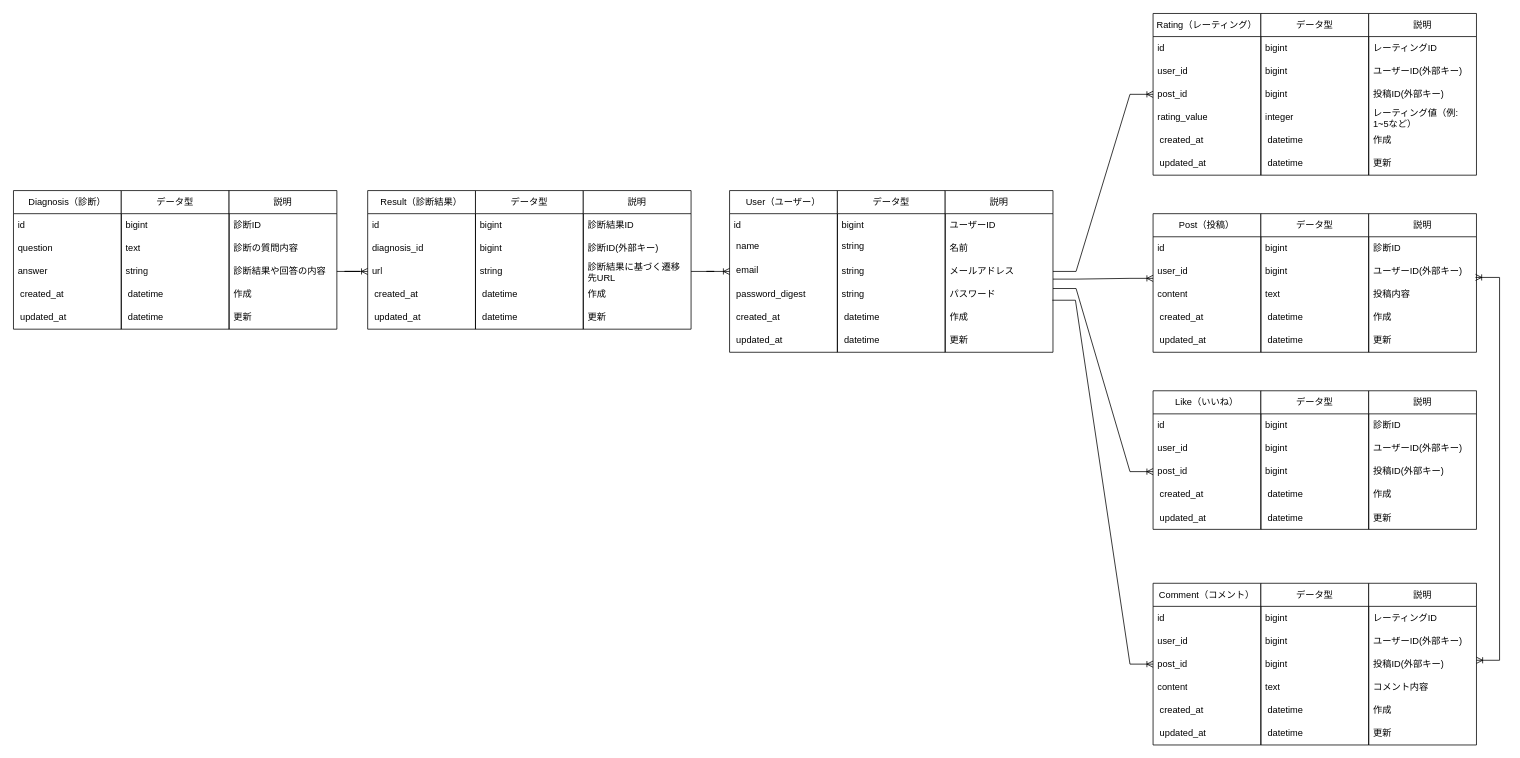
Earlier version of the draw.io diagram 名称未設定ファイル.drawio (Itok1000/master). Source tidied: cells renumbered, new cells numbered last; positions are measured from the earlier drawing's top-left corner, leaving out a move shared by most shapes. Both pictures are drawn from the tidied source at 77%, with x=0, y=0 at pixel (13, 13).
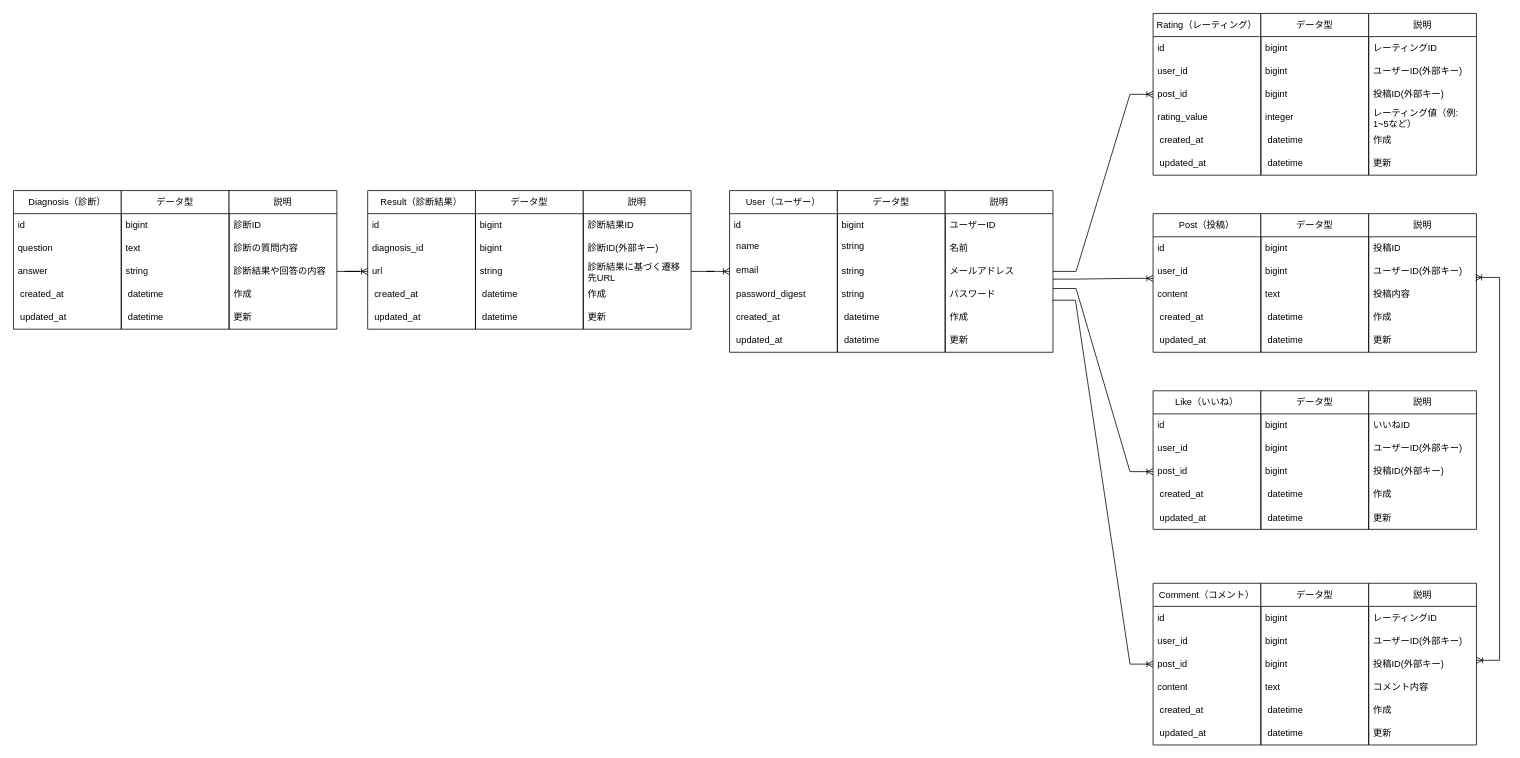
Above is the later version.

Commit message:
名称未設定ファイル.drawio を更新します

The change refers to these unchanged cells:
```xml
<mxCell id="102" value="説明" style="swimlane;fontStyle=0;horizontal=1;startSize=30;whiteSpace=wrap;html=1;" parent="88" vertex="1">
  <mxGeometry x="280" width="140" height="180" as="geometry" />
</mxCell>
<mxCell id="122" value="説明" style="swimlane;fontStyle=0;horizontal=1;startSize=30;whiteSpace=wrap;html=1;" parent="108" vertex="1">
  <mxGeometry x="280" width="140" height="180" as="geometry" />
</mxCell>
```

What changed in the source:
```diff
@@
-    <mxCell id="103" value="診断ID" style="text;strokeColor=none;fillColor=none;align=left;verticalAlign=middle;spacingLeft=4;spacingRight=4;overflow=hidden;whiteSpace=wrap;html=1;" parent="102" vertex="1">
+    <mxCell id="103" value="いいねID" style="text;strokeColor=none;fillColor=none;align=left;verticalAlign=middle;spacingLeft=4;spacingRight=4;overflow=hidden;whiteSpace=wrap;html=1;" parent="102" vertex="1">
       <mxGeometry y="30" width="140" height="30" as="geometry" />
     </mxCell>
@@
-    <mxCell id="123" value="診断ID" style="text;strokeColor=none;fillColor=none;align=left;verticalAlign=middle;spacingLeft=4;spacingRight=4;overflow=hidden;whiteSpace=wrap;html=1;" parent="122" vertex="1">
+    <mxCell id="123" value="投稿ID" style="text;strokeColor=none;fillColor=none;align=left;verticalAlign=middle;spacingLeft=4;spacingRight=4;overflow=hidden;whiteSpace=wrap;html=1;" parent="122" vertex="1">
       <mxGeometry y="30" width="140" height="30" as="geometry" />
     </mxCell>
```
